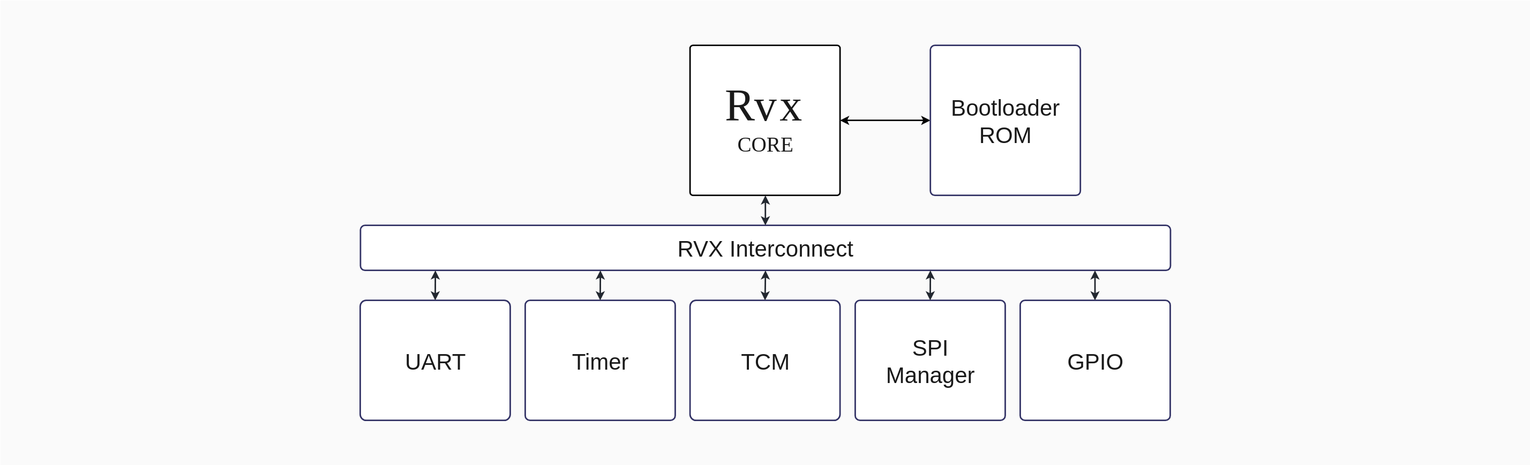
Earlier version of the draw.io export docs/source/images/rvx_architecture.svg (rafaelcalcada/rvx). Source tidied: cells renumbered, new cells last; positions are measured from the earlier drawing's top-left corner, leaving out a move shared by most shapes.
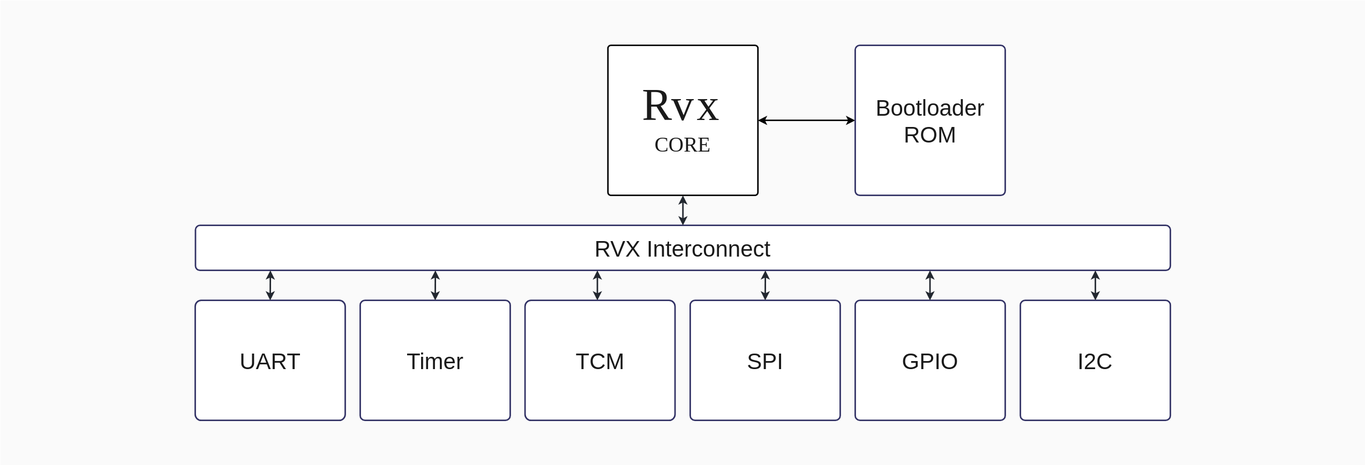
The same file after the commit.

Commit message:
Update Design Reference to include I2C peripheral

Diff of the diagram source:
```diff
@@ -3,13 +3,13 @@
     <mxCell id="0" />
     <mxCell id="1" parent="0" />
     <mxCell id="2" style="rounded=0;whiteSpace=wrap;html=1;strokeColor=none;gradientColor=none;fillColor=#E6E6E6;dashed=1;opacity=20;" parent="1" vertex="1">
-      <mxGeometry width="1020" height="310" as="geometry" />
+      <mxGeometry x="110" width="910" height="310" as="geometry" />
     </mxCell>
     <mxCell id="3" style="whiteSpace=wrap;html=1;strokeColor=default;fillColor=#FFFFFF;gradientColor=none;gradientDirection=east;rounded=1;arcSize=2;strokeWidth=1;fontColor=#303FA1;" parent="1" vertex="1">
-      <mxGeometry x="459.8" y="30" width="100" height="100" as="geometry" />
+      <mxGeometry x="515" y="30" width="100" height="100" as="geometry" />
     </mxCell>
     <mxCell id="4" value="RVX Interconnect" style="rounded=1;whiteSpace=wrap;html=1;strokeWidth=1;arcSize=10;fontStyle=0;fontSize=15;fontFamily=Helvetica;horizontal=1;strokeColor=#333366;fillColor=#FFFFFF;fontColor=#1A1A1A;" parent="1" vertex="1">
-      <mxGeometry x="240.1" y="150" width="540" height="30" as="geometry" />
+      <mxGeometry x="240.1" y="150" width="649.9" height="30" as="geometry" />
     </mxCell>
     <mxCell id="5" value="GPIO" style="rounded=1;whiteSpace=wrap;html=1;strokeWidth=1;arcSize=4;fontStyle=0;fontSize=15;fontFamily=Helvetica;strokeColor=#333366;fillColor=#FFFFFF;fontColor=#1A1A1A;" parent="1" vertex="1">
       <mxGeometry x="679.9" y="200" width="100" height="80" as="geometry" />
@@ -20,20 +20,14 @@
     <mxCell id="7" value="TCM" style="rounded=1;whiteSpace=wrap;html=1;strokeWidth=1;arcSize=5;fontStyle=0;fontSize=15;fontFamily=Helvetica;strokeColor=#333366;fillColor=#FFFFFF;fontColor=#1A1A1A;" parent="1" vertex="1">
       <mxGeometry x="459.8" y="200" width="100" height="80" as="geometry" />
     </mxCell>
-    <mxCell id="8" value="SPI&lt;div&gt;Manager&lt;/div&gt;" style="rounded=1;whiteSpace=wrap;html=1;strokeWidth=1;arcSize=4;fontStyle=0;fontSize=15;fontFamily=Helvetica;strokeColor=#333366;fillColor=#FFFFFF;fontColor=#1A1A1A;" parent="1" vertex="1">
+    <mxCell id="8" value="SPI" style="rounded=1;whiteSpace=wrap;html=1;strokeWidth=1;arcSize=4;fontStyle=0;fontSize=15;fontFamily=Helvetica;strokeColor=#333366;fillColor=#FFFFFF;fontColor=#1A1A1A;" parent="1" vertex="1">
       <mxGeometry x="569.9" y="200" width="100" height="80" as="geometry" />
     </mxCell>
     <mxCell id="9" value="Timer" style="rounded=1;whiteSpace=wrap;html=1;strokeWidth=1;arcSize=4;fontStyle=0;fontSize=15;fontFamily=Helvetica;strokeColor=#333366;fillColor=#FFFFFF;fontColor=#1A1A1A;" parent="1" vertex="1">
       <mxGeometry x="349.9" y="200" width="100" height="80" as="geometry" />
     </mxCell>
-    <mxCell id="10" style="edgeStyle=orthogonalEdgeStyle;rounded=0;jettySize=auto;html=1;strokeWidth=1;startArrow=classic;startFill=1;endArrow=classic;endFill=1;fontFamily=Helvetica;fontStyle=0;strokeColor=#232830;fontSize=12;endSize=3;startSize=3;exitX=0.5;exitY=0;exitDx=0;exitDy=0;entryX=0.5;entryY=1;entryDx=0;entryDy=0;fontColor=#01009A;" parent="1" edge="1" source="7" target="4">
-      <mxGeometry relative="1" as="geometry" />
-    </mxCell>
-    <mxCell id="11" style="edgeStyle=orthogonalEdgeStyle;rounded=0;orthogonalLoop=1;jettySize=auto;html=1;endArrow=classic;endFill=1;strokeWidth=1;fontFamily=Helvetica;fontStyle=0;strokeColor=#232830;fontSize=12;startArrow=classic;startFill=1;endSize=3;startSize=3;entryX=0.5;entryY=1;entryDx=0;entryDy=0;fontColor=#01009A;" parent="1" edge="1">
-      <mxGeometry relative="1" as="geometry">
-        <mxPoint x="510" y="150" as="sourcePoint" />
-        <mxPoint x="510" y="130" as="targetPoint" />
-      </mxGeometry>
+    <mxCell id="11" style="edgeStyle=orthogonalEdgeStyle;rounded=0;jettySize=auto;html=1;endArrow=classic;endFill=1;strokeWidth=1;fontFamily=Helvetica;fontStyle=0;strokeColor=#232830;fontSize=12;startArrow=classic;startFill=1;endSize=3;startSize=3;entryX=0.5;entryY=1;entryDx=0;entryDy=0;fontColor=#01009A;" parent="1" edge="1" source="4" target="3">
+      <mxGeometry relative="1" as="geometry" />
     </mxCell>
     <mxCell id="12" style="edgeStyle=orthogonalEdgeStyle;rounded=0;jettySize=auto;html=1;endArrow=classic;endFill=1;strokeWidth=1;fontFamily=Helvetica;fontStyle=0;strokeColor=#232830;fontSize=12;exitX=0.5;exitY=0;exitDx=0;exitDy=0;startArrow=classic;startFill=1;endSize=3;startSize=3;fontColor=#01009A;" parent="1" edge="1" source="9">
       <mxGeometry relative="1" as="geometry">
@@ -57,22 +51,36 @@
       </mxGeometry>
     </mxCell>
     <mxCell id="16" value="R" style="text;html=1;align=center;verticalAlign=middle;whiteSpace=wrap;rounded=0;fontFamily=Eurofighter;fontSize=30;fontColor=#1A1A1A;" parent="1" vertex="1">
-      <mxGeometry x="462.9" y="54" width="60" height="30" as="geometry" />
+      <mxGeometry x="518.1" y="54" width="60" height="30" as="geometry" />
     </mxCell>
     <mxCell id="17" value="v" style="text;html=1;align=center;verticalAlign=middle;whiteSpace=wrap;rounded=0;fontFamily=Eurofighter;fontSize=30;fontColor=#1A1A1A;" parent="1" vertex="1">
-      <mxGeometry x="479.9" y="54" width="60" height="30" as="geometry" />
+      <mxGeometry x="535.1" y="54" width="60" height="30" as="geometry" />
     </mxCell>
     <mxCell id="18" value="x" style="text;html=1;align=center;verticalAlign=middle;whiteSpace=wrap;rounded=0;fontFamily=Eurofighter;fontSize=30;fontColor=#1A1A1A;" parent="1" vertex="1">
-      <mxGeometry x="496.7" y="54" width="60" height="30" as="geometry" />
+      <mxGeometry x="551.9" y="54" width="60" height="30" as="geometry" />
     </mxCell>
     <mxCell id="19" value="CORE" style="text;html=1;align=center;verticalAlign=middle;whiteSpace=wrap;rounded=0;fontFamily=Eurofighter;fontColor=#1A1A1A;fontSize=14;" parent="1" vertex="1">
-      <mxGeometry x="479.8" y="82" width="60" height="30" as="geometry" />
+      <mxGeometry x="535" y="82" width="60" height="30" as="geometry" />
     </mxCell>
     <mxCell id="20" style="edgeStyle=orthogonalEdgeStyle;rounded=0;jettySize=auto;html=1;entryX=1;entryY=0.5;entryDx=0;entryDy=0;endArrow=classic;endFill=1;startArrow=classic;startFill=1;startSize=3;endSize=3;" parent="1" edge="1" source="21" target="3">
       <mxGeometry relative="1" as="geometry" />
     </mxCell>
     <mxCell id="21" value="Bootloader&lt;div&gt;ROM&lt;/div&gt;" style="rounded=1;whiteSpace=wrap;html=1;strokeWidth=1;arcSize=3;fontStyle=0;fontSize=15;fontFamily=Helvetica;strokeColor=#333366;fillColor=#FFFFFF;fontColor=#1A1A1A;" parent="1" vertex="1">
-      <mxGeometry x="620" y="30" width="100" height="100" as="geometry" />
+      <mxGeometry x="679.9" y="30" width="100" height="100" as="geometry" />
     </mxCell>
+    <mxCell id="22" value="I2C" style="rounded=1;whiteSpace=wrap;html=1;strokeWidth=1;arcSize=4;fontStyle=0;fontSize=15;fontFamily=Helvetica;strokeColor=#333366;fillColor=#FFFFFF;fontColor=#1A1A1A;" parent="1" vertex="1">
+      <mxGeometry x="790" y="200" width="100" height="80" as="geometry" />
+    </mxCell>
+    <mxCell id="23" style="edgeStyle=orthogonalEdgeStyle;rounded=0;orthogonalLoop=1;jettySize=auto;html=1;endArrow=classic;endFill=1;strokeWidth=1;fontFamily=Helvetica;fontStyle=0;strokeColor=#232830;fontSize=12;startArrow=classic;startFill=1;endSize=3;startSize=3;exitX=0.5;exitY=0;exitDx=0;exitDy=0;fontColor=#01009A;" parent="1" edge="1">
+      <mxGeometry relative="1" as="geometry">
+        <mxPoint x="508" y="200" as="sourcePoint" />
+        <mxPoint x="508" y="180" as="targetPoint" />
+      </mxGeometry>
+    </mxCell>
+    <mxCell id="24" style="edgeStyle=orthogonalEdgeStyle;rounded=0;jettySize=auto;html=1;endArrow=classic;endFill=1;strokeWidth=1;fontFamily=Helvetica;fontStyle=0;strokeColor=#232830;fontSize=12;startArrow=classic;startFill=1;endSize=3;startSize=3;exitX=0.5;exitY=0;exitDx=0;exitDy=0;fontColor=#01009A;" parent="1" edge="1" source="22">
+      <mxGeometry relative="1" as="geometry">
+        <mxPoint x="840" y="180" as="targetPoint" />
+      </mxGeometry>
+    </mxCell>
   </root>
 </mxGraphModel>
```
